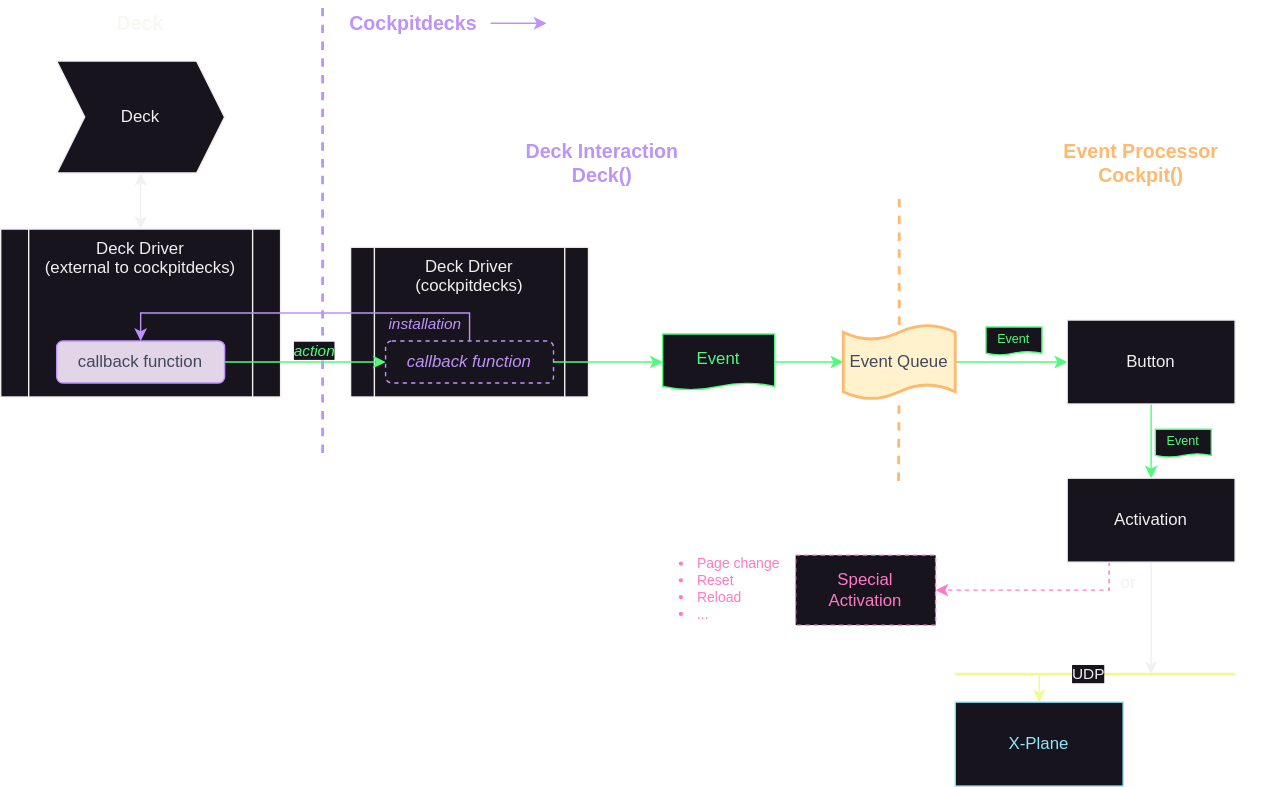
Earlier version of the draw.io export docs/images/activations.svg (devleaks/cockpitdecks-docs). Source tidied: cells renumbered, new cells last; positions are measured from the earlier drawing's top-left corner, leaving out a move shared by most shapes.
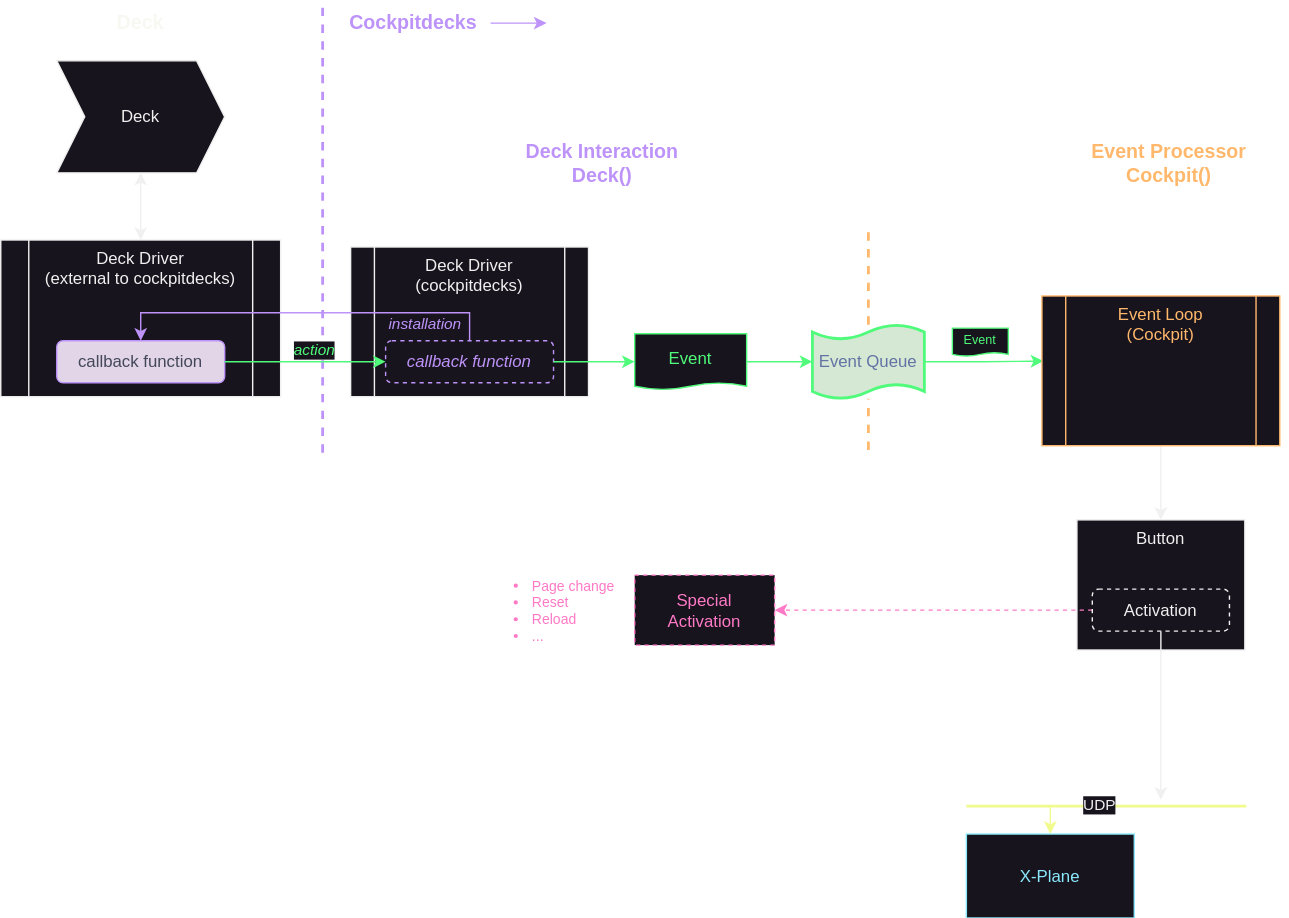
After the commit.

Commit message:
nicer architecture graphics

What changed in the source:
```diff
@@ -4,7 +4,7 @@
     <mxCell id="1" parent="0" />
     <mxCell id="2" style="endArrow=none;html=1;rounded=0;strokeWidth=2;strokeColor=#FFB86C;dashed=1;" parent="1" edge="1" source="32">
       <mxGeometry relative="1" as="geometry">
-        <mxPoint x="642" y="140" as="targetPoint" />
+        <mxPoint x="620" y="160" as="targetPoint" />
       </mxGeometry>
     </mxCell>
     <mxCell id="3" style="edgeStyle=orthogonalEdgeStyle;rounded=0;jettySize=auto;html=1;exitX=0.5;exitY=1;exitDx=0;exitDy=0;entryX=0.5;entryY=0;entryDx=0;entryDy=0;startArrow=classic;startFill=1;" parent="1" edge="1" source="4" target="5">
@@ -14,7 +14,7 @@
       <mxGeometry x="40" y="42" width="120" height="80" as="geometry" />
     </mxCell>
     <mxCell id="5" value="Deck Driver&lt;div&gt;(external to cockpitdecks)&lt;/div&gt;" style="shape=process;whiteSpace=wrap;html=1;backgroundOutline=1;verticalAlign=top;" parent="1" vertex="1">
-      <mxGeometry y="162" width="200" height="120" as="geometry" />
+      <mxGeometry y="170" width="200" height="112" as="geometry" />
     </mxCell>
     <mxCell id="6" value="&lt;font color=&quot;#44475a&quot;&gt;callback function&lt;/font&gt;" style="rounded=1;whiteSpace=wrap;html=1;fillColor=#e1d5e7;strokeColor=#BD93F9;" parent="1" vertex="1">
       <mxGeometry x="40" y="242" width="120" height="30" as="geometry" />
@@ -26,16 +26,16 @@
       <mxGeometry x="360" y="100" width="140" height="30" as="geometry" />
     </mxCell>
     <mxCell id="9" value="Event" style="shape=document;whiteSpace=wrap;html=1;boundedLbl=1;size=0.125;fontColor=#50FA7B;strokeColor=#50FA7B;" parent="1" vertex="1">
-      <mxGeometry x="473" y="237" width="80" height="40" as="geometry" />
+      <mxGeometry x="453" y="237" width="80" height="40" as="geometry" />
     </mxCell>
-    <mxCell id="10" style="edgeStyle=orthogonalEdgeStyle;rounded=0;jettySize=auto;html=1;entryX=0;entryY=0.5;entryDx=0;entryDy=0;strokeColor=#50FA7B;" parent="1" edge="1" source="32" target="18">
+    <mxCell id="10" style="edgeStyle=orthogonalEdgeStyle;rounded=0;jettySize=auto;html=1;entryX=0.006;entryY=0.435;entryDx=0;entryDy=0;strokeColor=#50FA7B;entryPerimeter=0;" parent="1" edge="1" source="32" target="41">
       <mxGeometry relative="1" as="geometry" />
     </mxCell>
     <mxCell id="11" style="edgeStyle=orthogonalEdgeStyle;rounded=0;jettySize=auto;html=1;exitX=1;exitY=0.5;exitDx=0;exitDy=0;entryX=0;entryY=0.5;entryDx=0;entryDy=0;entryPerimeter=0;strokeColor=#50FA7B;" parent="1" edge="1" source="9" target="32">
       <mxGeometry relative="1" as="geometry" />
     </mxCell>
     <mxCell id="12" value="Event Processor&lt;div&gt;Cockpit()&lt;/div&gt;" style="text;html=1;align=center;verticalAlign=middle;whiteSpace=wrap;rounded=0;fontSize=14;fontStyle=1;fontColor=#FFB86C;" parent="1" vertex="1">
-      <mxGeometry x="730" y="100" width="170" height="30" as="geometry" />
+      <mxGeometry x="750" y="100" width="170" height="30" as="geometry" />
     </mxCell>
     <mxCell id="13" style="endArrow=none;html=1;rounded=0;strokeWidth=2;strokeColor=#BD93F9;dashed=1;" parent="1" edge="1">
       <mxGeometry relative="1" as="geometry">
@@ -54,33 +54,16 @@
     <mxCell id="16" value="Deck" style="text;html=1;align=center;verticalAlign=middle;whiteSpace=wrap;rounded=0;fontSize=14;fontStyle=1;fontColor=#F8F8F2;" parent="1" vertex="1">
       <mxGeometry x="66" width="68" height="30" as="geometry" />
     </mxCell>
-    <mxCell id="17" style="edgeStyle=orthogonalEdgeStyle;rounded=0;jettySize=auto;html=1;entryX=0.5;entryY=0;entryDx=0;entryDy=0;strokeColor=#50FA7B;" parent="1" edge="1" source="18" target="22">
-      <mxGeometry relative="1" as="geometry" />
-    </mxCell>
-    <mxCell id="18" value="Button" style="rounded=0;whiteSpace=wrap;html=1;" parent="1" vertex="1">
-      <mxGeometry x="762" y="227" width="120" height="60" as="geometry" />
+    <mxCell id="18" value="Button" style="rounded=0;whiteSpace=wrap;html=1;verticalAlign=top;" parent="1" vertex="1">
+      <mxGeometry x="769" y="370" width="120" height="93" as="geometry" />
     </mxCell>
     <mxCell id="19" value="Event" style="shape=document;whiteSpace=wrap;html=1;boundedLbl=1;size=0.125;fontColor=#50FA7B;strokeColor=#50FA7B;fontSize=9;" parent="1" vertex="1">
-      <mxGeometry x="704" y="232" width="40" height="20" as="geometry" />
+      <mxGeometry x="680" y="233" width="40" height="20" as="geometry" />
     </mxCell>
-    <mxCell id="20" style="edgeStyle=orthogonalEdgeStyle;rounded=0;jettySize=auto;html=1;exitX=0.5;exitY=1;exitDx=0;exitDy=0;" parent="1" edge="1" source="22">
-      <mxGeometry relative="1" as="geometry">
-        <mxPoint x="822" y="480" as="targetPoint" />
-      </mxGeometry>
-    </mxCell>
-    <mxCell id="21" style="edgeStyle=orthogonalEdgeStyle;rounded=0;jettySize=auto;html=1;exitX=0.25;exitY=1;exitDx=0;exitDy=0;entryX=1;entryY=0.5;entryDx=0;entryDy=0;dashed=1;fontColor=#FF79C6;strokeColor=#FF79C6;" parent="1" edge="1" source="22" target="28">
-      <mxGeometry relative="1" as="geometry" />
-    </mxCell>
-    <mxCell id="22" value="Activation" style="rounded=0;whiteSpace=wrap;html=1;" parent="1" vertex="1">
-      <mxGeometry x="762" y="340" width="120" height="60" as="geometry" />
-    </mxCell>
-    <mxCell id="23" value="Event" style="shape=document;whiteSpace=wrap;html=1;boundedLbl=1;size=0.125;fontColor=#50FA7B;strokeColor=#50FA7B;fontSize=9;" parent="1" vertex="1">
-      <mxGeometry x="825" y="305" width="40" height="20" as="geometry" />
-    </mxCell>
     <mxCell id="24" style="endArrow=none;html=1;rounded=0;strokeWidth=2;strokeColor=#F1FA8C;" parent="1" edge="1">
       <mxGeometry relative="1" as="geometry">
-        <mxPoint x="882" y="480" as="sourcePoint" />
-        <mxPoint x="682" y="480" as="targetPoint" />
+        <mxPoint x="890" y="574.5" as="sourcePoint" />
+        <mxPoint x="690" y="574.5" as="targetPoint" />
       </mxGeometry>
     </mxCell>
     <mxCell id="25" value="UDP" style="edgeLabel;html=1;align=center;verticalAlign=middle;" parent="24" vertex="1">
@@ -90,28 +73,25 @@
     </mxCell>
     <mxCell id="26" style="edgeStyle=orthogonalEdgeStyle;rounded=0;jettySize=auto;html=1;exitX=0.5;exitY=0;exitDx=0;exitDy=0;startArrow=classic;startFill=1;endArrow=none;endFill=0;strokeColor=#F1FA8C;" parent="1" edge="1" source="27">
       <mxGeometry relative="1" as="geometry">
-        <mxPoint x="742" y="480" as="targetPoint" />
+        <mxPoint x="750" y="574.5" as="targetPoint" />
       </mxGeometry>
     </mxCell>
     <mxCell id="27" value="X-Plane" style="rounded=0;whiteSpace=wrap;html=1;strokeColor=#8BE9FD;fontColor=#8BE9FD;" parent="1" vertex="1">
-      <mxGeometry x="682" y="500" width="120" height="60" as="geometry" />
+      <mxGeometry x="690" y="594.5" width="120" height="60" as="geometry" />
     </mxCell>
     <mxCell id="28" value="Special&lt;div&gt;Activation&lt;/div&gt;" style="rounded=0;whiteSpace=wrap;html=1;dashed=1;strokeColor=#FF79C6;fontColor=#FF79C6;" parent="1" vertex="1">
-      <mxGeometry x="568" y="395" width="100" height="50" as="geometry" />
+      <mxGeometry x="453" y="409.5" width="100" height="50" as="geometry" />
     </mxCell>
-    <mxCell id="29" value="or" style="text;html=1;align=center;verticalAlign=middle;whiteSpace=wrap;rounded=0;" parent="1" vertex="1">
-      <mxGeometry x="776" y="400" width="60" height="30" as="geometry" />
-    </mxCell>
     <mxCell id="30" value="&lt;ul style=&quot;font-size: 10px;&quot;&gt;&lt;li&gt;Page change&lt;/li&gt;&lt;li&gt;Reset&lt;/li&gt;&lt;li&gt;Reload&lt;/li&gt;&lt;li&gt;...&lt;/li&gt;&lt;/ul&gt;" style="text;html=1;align=left;verticalAlign=middle;whiteSpace=wrap;rounded=0;fontColor=#FF79C6;spacing=-15;" parent="1" vertex="1">
-      <mxGeometry x="473" y="374" width="110" height="90" as="geometry" />
+      <mxGeometry x="355" y="389.5" width="110" height="90" as="geometry" />
     </mxCell>
     <mxCell id="31" style="endArrow=none;html=1;rounded=0;strokeWidth=2;strokeColor=#FFB86C;dashed=1;" parent="1" edge="1" target="32">
       <mxGeometry relative="1" as="geometry">
-        <mxPoint x="641.5" y="342" as="sourcePoint" />
+        <mxPoint x="620" y="320" as="sourcePoint" />
       </mxGeometry>
     </mxCell>
-    <mxCell id="32" value="Event Queue" style="shape=tape;whiteSpace=wrap;html=1;size=0.2;fillColor=#fff2cc;strokeColor=#FFB86C;fontColor=#44475A;strokeWidth=2;" parent="1" vertex="1">
-      <mxGeometry x="602" y="230.5" width="80" height="53" as="geometry" />
+    <mxCell id="32" value="&lt;font color=&quot;#6272a4&quot;&gt;Event Queue&lt;/font&gt;" style="shape=tape;whiteSpace=wrap;html=1;size=0.2;fillColor=#d5e8d4;strokeColor=#50FA7B;strokeWidth=2;" parent="1" vertex="1">
+      <mxGeometry x="580" y="230.5" width="80" height="53" as="geometry" />
     </mxCell>
     <mxCell id="33" value="&lt;font&gt;callback function&lt;/font&gt;" style="rounded=1;whiteSpace=wrap;html=1;fillColor=none;strokeColor=#BD93F9;fontColor=#BD93F9;dashed=1;fontStyle=2;" parent="1" vertex="1">
       <mxGeometry x="275" y="242" width="120" height="30" as="geometry" />
@@ -135,5 +115,22 @@
         <mxPoint x="-1" y="-6" as="offset" />
       </mxGeometry>
     </mxCell>
+    <mxCell id="21" style="edgeStyle=orthogonalEdgeStyle;rounded=0;jettySize=auto;html=1;entryX=1;entryY=0.5;entryDx=0;entryDy=0;dashed=1;strokeColor=#FF79C6;" parent="1" edge="1" source="22" target="28">
+      <mxGeometry relative="1" as="geometry" />
+    </mxCell>
+    <mxCell id="39" style="edgeStyle=orthogonalEdgeStyle;rounded=0;jettySize=auto;html=1;" parent="1" edge="1" source="22">
+      <mxGeometry relative="1" as="geometry">
+        <mxPoint x="829" y="570" as="targetPoint" />
+      </mxGeometry>
+    </mxCell>
+    <mxCell id="22" value="Activation" style="rounded=1;whiteSpace=wrap;html=1;dashed=1;" parent="1" vertex="1">
+      <mxGeometry x="780" y="419.5" width="98" height="30" as="geometry" />
+    </mxCell>
+    <mxCell id="40" style="edgeStyle=orthogonalEdgeStyle;rounded=0;jettySize=auto;html=1;entryX=0.5;entryY=0;entryDx=0;entryDy=0;" parent="1" edge="1" source="41" target="18">
+      <mxGeometry relative="1" as="geometry" />
+    </mxCell>
+    <mxCell id="41" value="&lt;div&gt;Event Loop&lt;/div&gt;&lt;div&gt;(Cockpit)&lt;/div&gt;" style="shape=process;whiteSpace=wrap;html=1;backgroundOutline=1;verticalAlign=top;strokeColor=#FFB86C;fontColor=#FFB86C;" parent="1" vertex="1">
+      <mxGeometry x="744" y="210" width="170" height="107" as="geometry" />
+    </mxCell>
   </root>
 </mxGraphModel>
```
